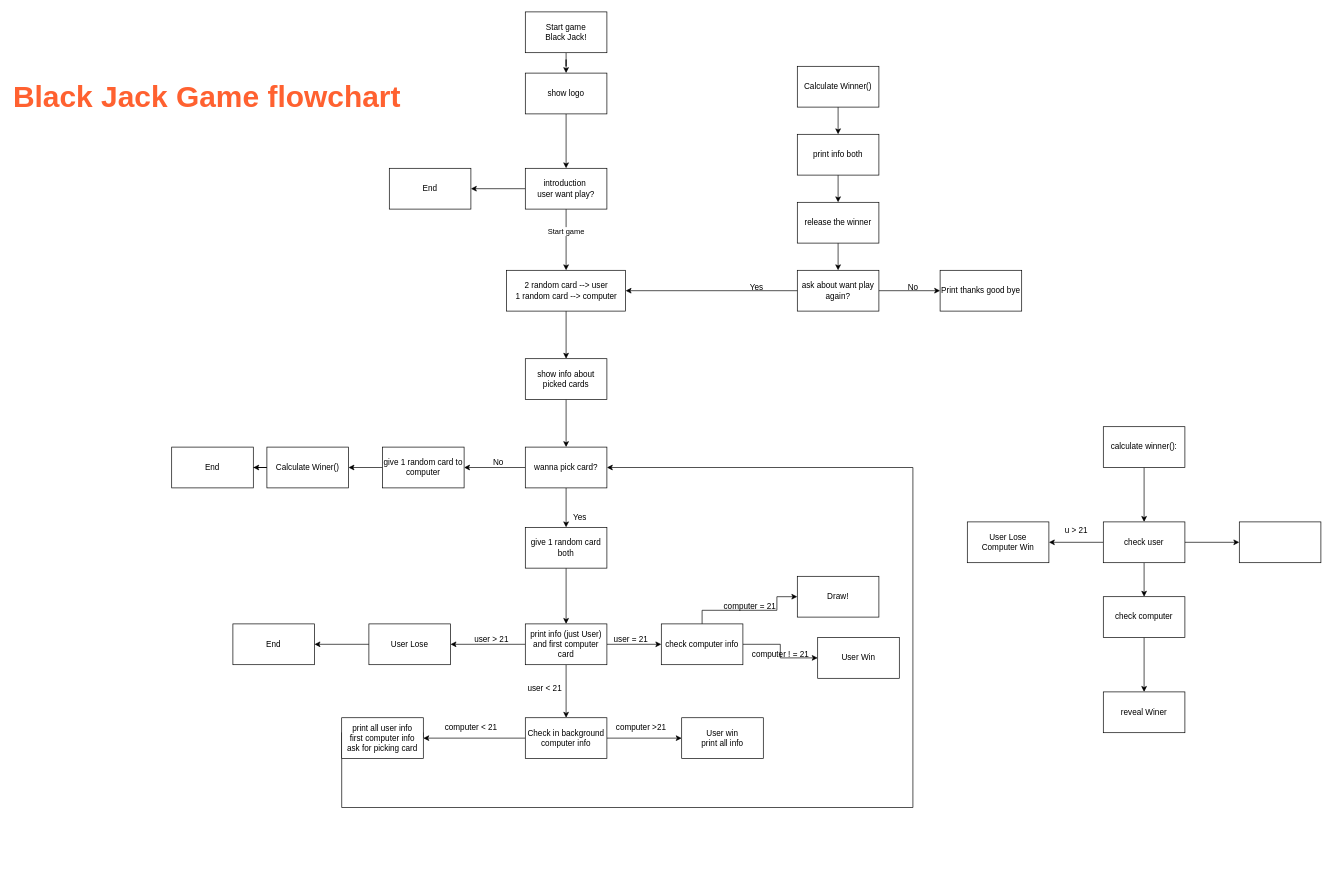
The draw.io diagram Day011-erf/flow chart Black jack game/flow chart.drawio in erfaw/elasti_py, before the edit. Source tidied: cells renumbered, new cells numbered last; positions are measured from the earlier drawing's top-left corner, leaving out a move shared by most shapes. Both pictures are drawn from the tidied source at 68%, with x=0, y=0 at pixel (12, 12).
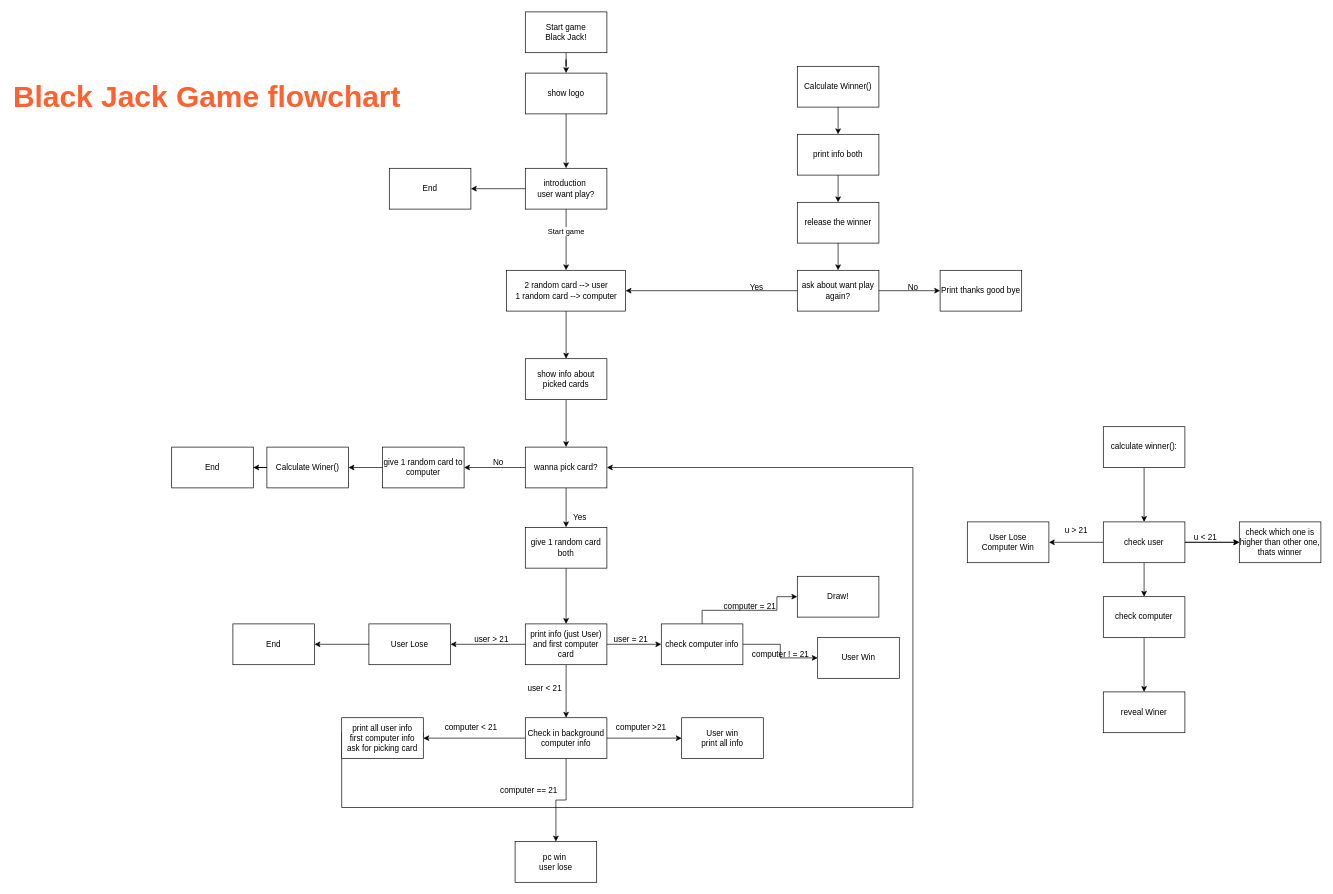
Above is the later version.

Commit message (it also covers changes not shown here):
black jack game noskhe nahaei, bedone didan rah hale course

The change refers to these unchanged cells:
```xml
<mxCell id="38" value="Check in background computer info" style="whiteSpace=wrap;html=1;rounded=0;" parent="1" vertex="1">
  <mxGeometry x="755" y="1038" width="120" height="60" as="geometry" />
</mxCell>
<mxCell id="68" value="check user" style="whiteSpace=wrap;html=1;" parent="1" vertex="1">
  <mxGeometry x="1605" y="750" width="120" height="60" as="geometry" />
</mxCell>
```

Change to the diagram source:
```diff
@@
+    <mxCell id="77" style="edgeStyle=orthogonalEdgeStyle;rounded=0;jettySize=auto;html=1;" parent="1" edge="1" source="38" target="80">
+      <mxGeometry relative="1" as="geometry" />
+    </mxCell>
@@
+    <mxCell id="78" style="edgeStyle=orthogonalEdgeStyle;rounded=0;jettySize=auto;html=1;" parent="1" edge="1" source="68" target="74">
+      <mxGeometry relative="1" as="geometry" />
+    </mxCell>
@@
-    <mxCell id="74" style="whiteSpace=wrap;html=1;" parent="1" vertex="1">
+    <mxCell id="74" value="check which one is higher than other one, thats winner" style="whiteSpace=wrap;html=1;" parent="1" vertex="1">
       <mxGeometry x="1805" y="750" width="120" height="60" as="geometry" />
     </mxCell>
@@
+    <mxCell id="79" value="u &amp;lt; 21" style="text;html=1;align=center;verticalAlign=middle;strokeColor=none;fillColor=none;" parent="1" vertex="1">
+      <mxGeometry x="1725" y="758" width="60" height="30" as="geometry" />
+    </mxCell>
+    <mxCell id="80" value="pc win&amp;nbsp;&lt;div&gt;user lose&lt;/div&gt;" style="whiteSpace=wrap;html=1;rounded=0;" parent="1" vertex="1">
+      <mxGeometry x="740" y="1220" width="120" height="60" as="geometry" />
+    </mxCell>
+    <mxCell id="81" value="computer == 21" style="text;html=1;align=center;verticalAlign=middle;strokeColor=none;fillColor=none;" parent="1" vertex="1">
+      <mxGeometry x="705" y="1130" width="110" height="30" as="geometry" />
+    </mxCell>
```
